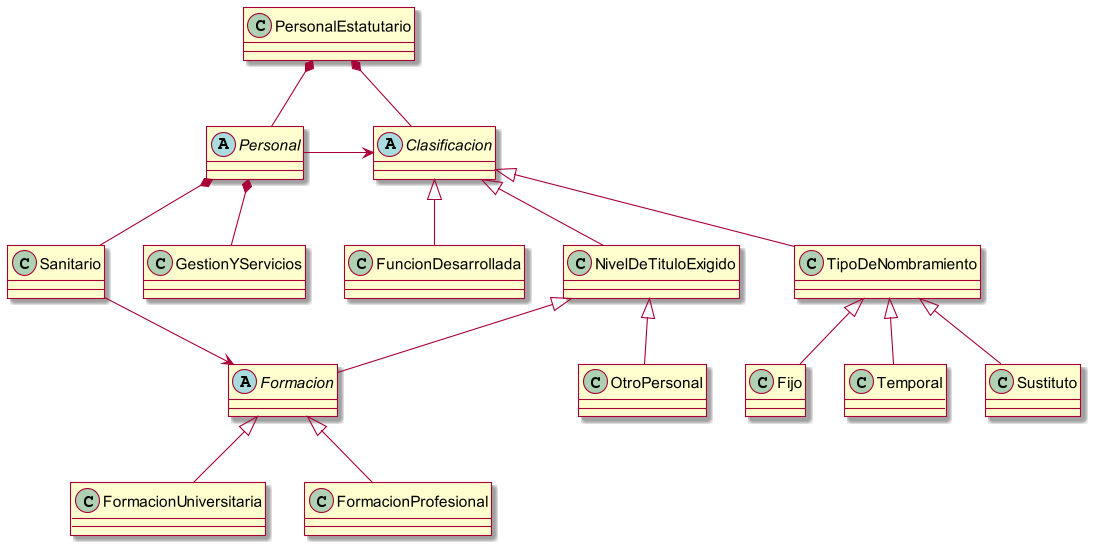
ferbarret/Modelado keeps this PlantUML diagram as PersonalEstatutario/PersonalEstatutarioDomainModel_V1.png. Above is the earlier version.
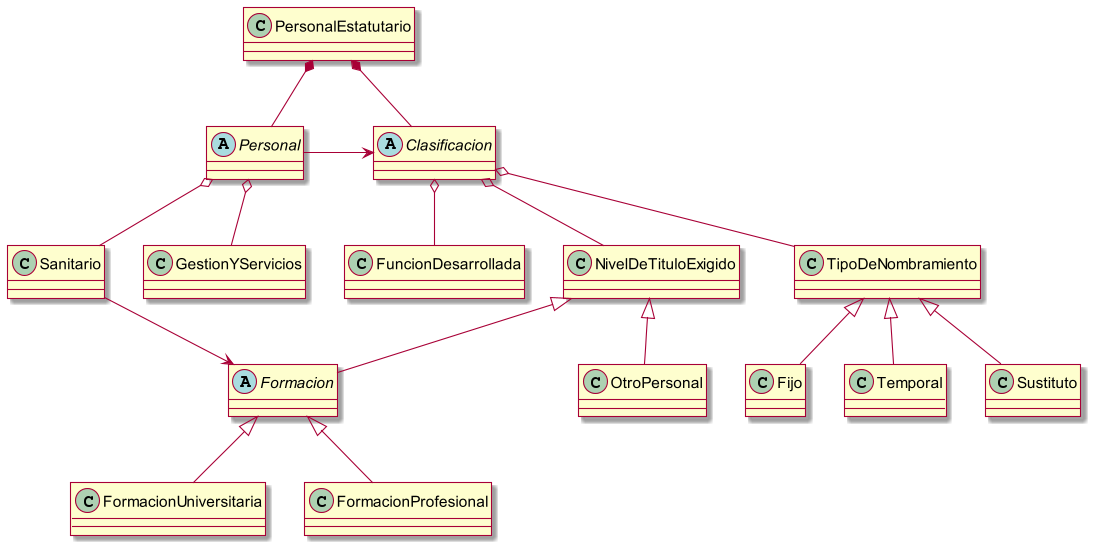
The same diagram one commit later.

What changed in the source:
```diff
@@ -14,12 +14,12 @@
 abstract class Clasificacion
 Personal -right-> Clasificacion
 
-Personal *-down- Sanitario
-Personal *-down- GestionYServicios
+Personal o-down- Sanitario
+Personal o-down- GestionYServicios
 
-Clasificacion <|-down- Funcion
-Clasificacion <|-down- Nivel
-Clasificacion <|-down- Tipo
+Clasificacion o-down- Funcion
+Clasificacion o-down- Nivel
+Clasificacion o-down- Tipo
 
 abstract class Formacion
 Nivel <|-down- Formacion
```
